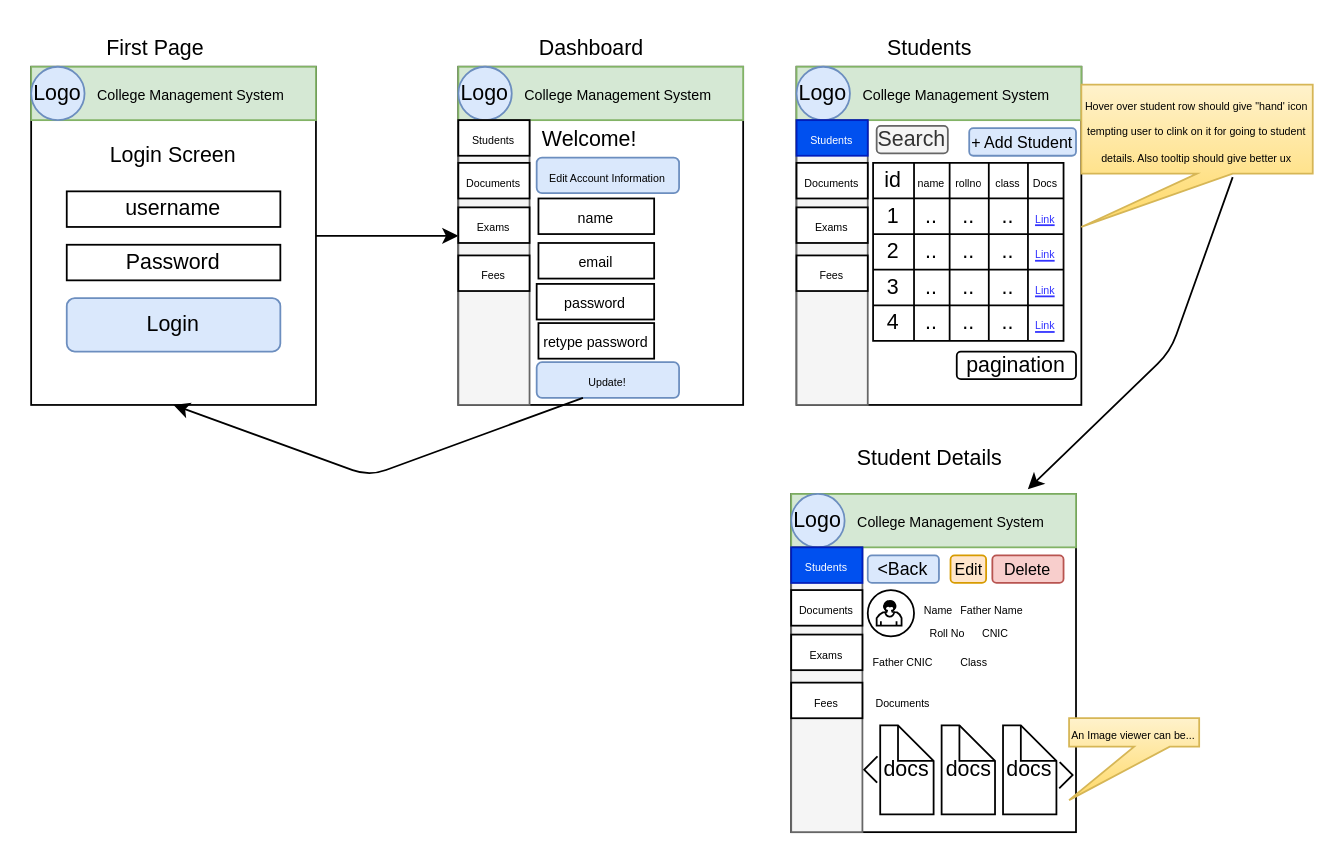
ashfaq92/CollegeManagementSystem keeps this draw.io diagram as page "sketch" (1 of 2) of sketches/Untitled Diagram.drawio. Above is the earlier version. Source tidied: cells renumbered, new cells numbered last; positions are measured from the earlier drawing's top-left corner, leaving out a move shared by most shapes. Both pictures are drawn from the tidied source at 178%, with x=0, y=0 at pixel (30, 30).
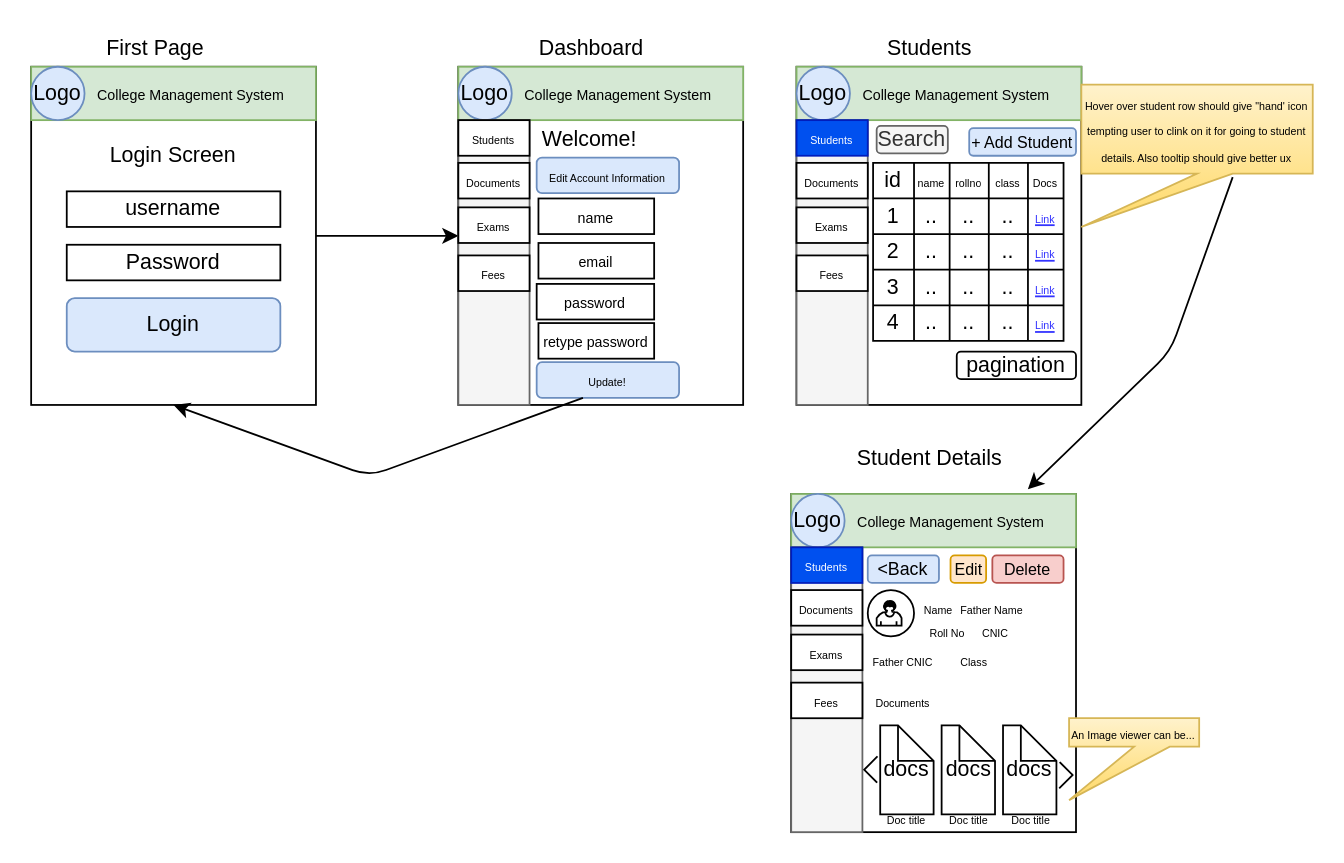
Above is the later version.

Change to the diagram source:
```diff
@@
+    <mxCell id="104" value="&lt;font style=&quot;font-size: 6px&quot;&gt;Doc title&lt;/font&gt;" style="text;html=1;strokeColor=none;fillColor=none;align=center;verticalAlign=middle;whiteSpace=wrap;rounded=0;" parent="1" vertex="1">
+      <mxGeometry x="471.5" y="435" width="40" height="13" as="geometry" />
+    </mxCell>
+    <mxCell id="105" value="&lt;font style=&quot;font-size: 6px&quot;&gt;Doc title&lt;/font&gt;" style="text;html=1;strokeColor=none;fillColor=none;align=center;verticalAlign=middle;whiteSpace=wrap;rounded=0;" parent="1" vertex="1">
+      <mxGeometry x="506.5" y="435" width="40" height="13" as="geometry" />
+    </mxCell>
+    <mxCell id="106" value="&lt;font style=&quot;font-size: 6px&quot;&gt;Doc title&lt;/font&gt;" style="text;html=1;strokeColor=none;fillColor=none;align=center;verticalAlign=middle;whiteSpace=wrap;rounded=0;" parent="1" vertex="1">
+      <mxGeometry x="541.5" y="435" width="40" height="13" as="geometry" />
+    </mxCell>
```
